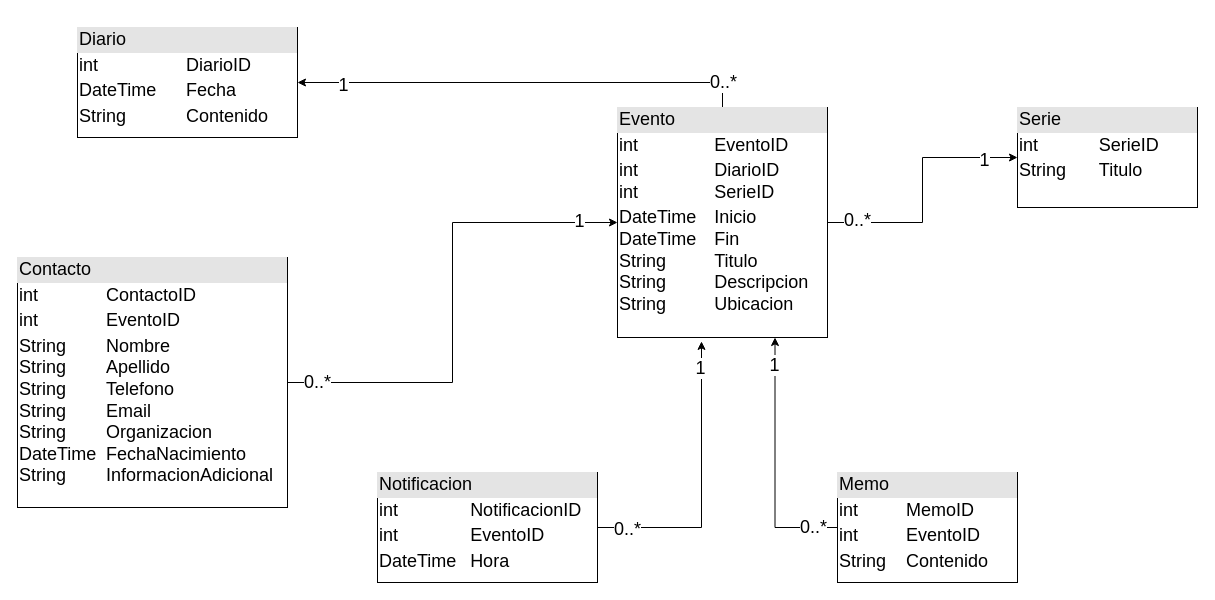
Above: BD_Hiriart-Corales_v1.drawio in LuisCorales/personalschedule-mvc-dotnet (draw.io), before the change. Source tidied: cells renumbered, new cells numbered last; positions are measured from the earlier drawing's top-left corner, leaving out a move shared by most shapes. Both pictures are drawn from the tidied source at 100%, with x=0, y=0 at pixel (17, 27).
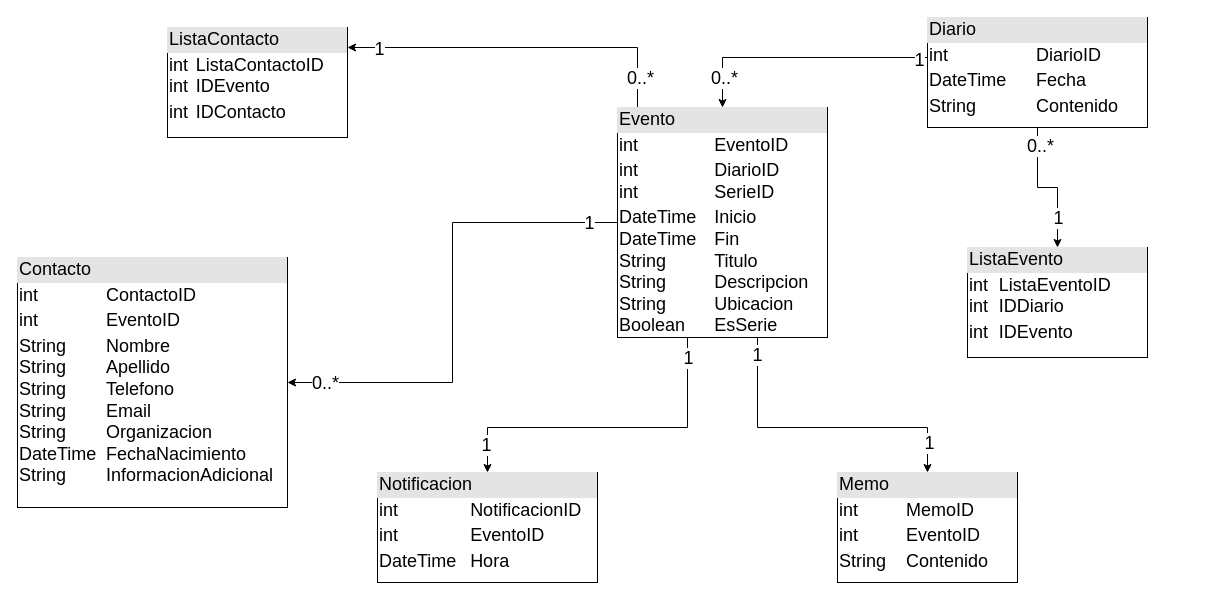
Above is the later version.

The change refers to these unchanged cells:
```xml
<mxCell id="5" value="&lt;div style=&quot;box-sizing: border-box ; width: 100% ; background: #e4e4e4 ; padding: 2px&quot;&gt;Contacto&lt;/div&gt;&lt;table style=&quot;width: 100% ; font-size: 1em&quot; cellpadding=&quot;2&quot; cellspacing=&quot;0&quot;&gt;&lt;tbody&gt;&lt;tr&gt;&lt;td&gt;int&lt;/td&gt;&lt;td&gt;ContactoID&lt;/td&gt;&lt;/tr&gt;&lt;tr&gt;&lt;td&gt;int&lt;/td&gt;&lt;td&gt;EventoID&lt;/td&gt;&lt;/tr&gt;&lt;tr&gt;&lt;td&gt;String&lt;br&gt;String&lt;br&gt;String&lt;br&gt;String&lt;br&gt;String&lt;br&gt;DateTime&lt;br&gt;String&lt;/td&gt;&lt;td&gt;Nombre&lt;br&gt;Apellido&lt;br&gt;Telefono&lt;br&gt;Email&lt;br&gt;Organizacion&lt;br&gt;FechaNacimiento&lt;br&gt;InformacionAdicional&lt;/td&gt;&lt;/tr&gt;&lt;/tbody&gt;&lt;/table&gt;" style="verticalAlign=top;align=left;overflow=fill;html=1;fontSize=18;" parent="1" vertex="1">
  <mxGeometry y="230" width="270" height="250" as="geometry" />
</mxCell>
<mxCell id="9" value="&lt;div style=&quot;box-sizing: border-box ; width: 100% ; background: #e4e4e4 ; padding: 2px&quot;&gt;Memo&lt;/div&gt;&lt;table style=&quot;width: 100% ; font-size: 1em&quot; cellpadding=&quot;2&quot; cellspacing=&quot;0&quot;&gt;&lt;tbody&gt;&lt;tr&gt;&lt;td&gt;int&lt;/td&gt;&lt;td&gt;MemoID&lt;/td&gt;&lt;/tr&gt;&lt;tr&gt;&lt;td&gt;int&lt;/td&gt;&lt;td&gt;EventoID&lt;/td&gt;&lt;/tr&gt;&lt;tr&gt;&lt;td&gt;String&lt;/td&gt;&lt;td&gt;Contenido&lt;/td&gt;&lt;/tr&gt;&lt;/tbody&gt;&lt;/table&gt;" style="verticalAlign=top;align=left;overflow=fill;html=1;fontSize=18;" parent="1" vertex="1">
  <mxGeometry x="820" y="445" width="180" height="110" as="geometry" />
</mxCell>
<mxCell id="13" value="&lt;div style=&quot;box-sizing: border-box ; width: 100% ; background: #e4e4e4 ; padding: 2px&quot;&gt;Notificacion&lt;/div&gt;&lt;table style=&quot;width: 100% ; font-size: 1em&quot; cellpadding=&quot;2&quot; cellspacing=&quot;0&quot;&gt;&lt;tbody&gt;&lt;tr&gt;&lt;td&gt;int&lt;/td&gt;&lt;td&gt;NotificacionID&lt;/td&gt;&lt;/tr&gt;&lt;tr&gt;&lt;td&gt;int&lt;/td&gt;&lt;td&gt;EventoID&lt;/td&gt;&lt;/tr&gt;&lt;tr&gt;&lt;td&gt;DateTime&lt;/td&gt;&lt;td&gt;Hora&lt;/td&gt;&lt;/tr&gt;&lt;/tbody&gt;&lt;/table&gt;" style="verticalAlign=top;align=left;overflow=fill;html=1;fontSize=18;" parent="1" vertex="1">
  <mxGeometry x="360" y="445" width="220" height="110" as="geometry" />
</mxCell>
```

Diff of the diagram source:
```diff
@@
-    <mxCell id="2" style="edgeStyle=orthogonalEdgeStyle;rounded=0;jettySize=auto;html=1;entryX=0;entryY=0.5;entryDx=0;entryDy=0;fontSize=18;" parent="1" edge="1" source="5" target="20">
-      <mxGeometry relative="1" as="geometry" />
-    </mxCell>
-    <mxCell id="3" value="0..*" style="edgeLabel;html=1;align=center;verticalAlign=middle;fontSize=18;" parent="2" vertex="1">
-      <mxGeometry x="-0.88" y="1" relative="1" as="geometry" />
-    </mxCell>
-    <mxCell id="4" value="1" style="edgeLabel;html=1;align=center;verticalAlign=middle;fontSize=18;" parent="2" vertex="1">
-      <mxGeometry x="0.84" y="2" relative="1" as="geometry" />
-    </mxCell>
@@
-    <mxCell id="6" style="edgeStyle=orthogonalEdgeStyle;rounded=0;jettySize=auto;html=1;entryX=0.75;entryY=1;entryDx=0;entryDy=0;fontSize=18;" parent="1" edge="1" source="9" target="20">
-      <mxGeometry relative="1" as="geometry" />
-    </mxCell>
-    <mxCell id="7" value="0..*" style="edgeLabel;html=1;align=center;verticalAlign=middle;fontSize=18;" parent="6" vertex="1">
-      <mxGeometry x="-0.8" y="-1" relative="1" as="geometry" />
-    </mxCell>
-    <mxCell id="8" value="1" style="edgeLabel;html=1;align=center;verticalAlign=middle;fontSize=18;" parent="6" vertex="1">
-      <mxGeometry x="0.78" y="1" relative="1" as="geometry" />
-    </mxCell>
@@
-    <mxCell id="10" style="edgeStyle=orthogonalEdgeStyle;rounded=0;jettySize=auto;html=1;entryX=0.4;entryY=1.017;entryDx=0;entryDy=0;entryPerimeter=0;fontSize=18;" parent="1" edge="1" source="13" target="20">
-      <mxGeometry relative="1" as="geometry" />
-    </mxCell>
-    <mxCell id="11" value="0..*" style="edgeLabel;html=1;align=center;verticalAlign=middle;fontSize=18;" parent="10" vertex="1">
-      <mxGeometry x="-0.8" y="-1" relative="1" as="geometry" />
-    </mxCell>
-    <mxCell id="12" value="1" style="edgeLabel;html=1;align=center;verticalAlign=middle;fontSize=18;" parent="10" vertex="1">
-      <mxGeometry x="0.82" y="2" relative="1" as="geometry" />
-    </mxCell>
@@
-    <mxCell id="14" style="edgeStyle=orthogonalEdgeStyle;rounded=0;jettySize=auto;html=1;entryX=1;entryY=0.5;entryDx=0;entryDy=0;fontSize=18;" parent="1" edge="1" source="20" target="21">
-      <mxGeometry relative="1" as="geometry">
-        <Array as="points">
-          <mxPoint x="705" y="55" />
-        </Array>
-      </mxGeometry>
-    </mxCell>
-    <mxCell id="15" value="0..*" style="edgeLabel;html=1;align=center;verticalAlign=middle;fontSize=18;" parent="14" vertex="1">
-      <mxGeometry x="-0.89" y="-1" relative="1" as="geometry" />
-    </mxCell>
-    <mxCell id="16" value="1" style="edgeLabel;html=1;align=center;verticalAlign=middle;fontSize=18;" parent="14" vertex="1">
-      <mxGeometry x="0.8" y="2" relative="1" as="geometry" />
-    </mxCell>
-    <mxCell id="17" style="edgeStyle=orthogonalEdgeStyle;rounded=0;jettySize=auto;html=1;entryX=0;entryY=0.5;entryDx=0;entryDy=0;fontSize=18;" parent="1" edge="1" source="20" target="22">
-      <mxGeometry relative="1" as="geometry" />
-    </mxCell>
-    <mxCell id="18" value="0..*" style="edgeLabel;html=1;align=center;verticalAlign=middle;fontSize=18;" parent="17" vertex="1">
-      <mxGeometry x="-0.77" y="3" relative="1" as="geometry" />
-    </mxCell>
-    <mxCell id="19" value="1" style="edgeLabel;html=1;align=center;verticalAlign=middle;fontSize=18;" parent="17" vertex="1">
-      <mxGeometry x="0.73" y="-2" relative="1" as="geometry" />
-    </mxCell>
+    <mxCell id="23" style="edgeStyle=orthogonalEdgeStyle;rounded=0;jettySize=auto;html=1;entryX=1;entryY=0.5;entryDx=0;entryDy=0;" parent="1" edge="1" source="20" target="5">
+      <mxGeometry relative="1" as="geometry" />
+    </mxCell>
+    <mxCell id="24" value="1" style="edgeLabel;html=1;align=center;verticalAlign=middle;fontSize=18;" parent="23" vertex="1">
+      <mxGeometry x="-0.88" relative="1" as="geometry" />
+    </mxCell>
+    <mxCell id="25" value="0..*" style="edgeLabel;html=1;align=center;verticalAlign=middle;fontSize=18;" parent="23" vertex="1">
+      <mxGeometry x="0.85" relative="1" as="geometry" />
+    </mxCell>
+    <mxCell id="26" style="edgeStyle=orthogonalEdgeStyle;rounded=0;jettySize=auto;html=1;" parent="1" edge="1" source="20" target="13">
+      <mxGeometry relative="1" as="geometry">
+        <Array as="points">
+          <mxPoint x="670" y="400" />
+          <mxPoint x="470" y="400" />
+        </Array>
+      </mxGeometry>
+    </mxCell>
+    <mxCell id="27" value="1" style="edgeLabel;html=1;align=center;verticalAlign=middle;fontSize=18;" parent="26" vertex="1">
+      <mxGeometry x="-0.94" relative="1" as="geometry">
+        <mxPoint y="10" as="offset" />
+      </mxGeometry>
+    </mxCell>
+    <mxCell id="28" value="1" style="edgeLabel;html=1;align=center;verticalAlign=middle;fontSize=18;" parent="26" vertex="1">
+      <mxGeometry x="0.83" y="-2" relative="1" as="geometry" />
+    </mxCell>
+    <mxCell id="29" style="edgeStyle=orthogonalEdgeStyle;rounded=0;jettySize=auto;html=1;entryX=0.5;entryY=0;entryDx=0;entryDy=0;" parent="1" edge="1" source="20" target="9">
+      <mxGeometry relative="1" as="geometry">
+        <Array as="points">
+          <mxPoint x="740" y="400" />
+          <mxPoint x="910" y="400" />
+        </Array>
+      </mxGeometry>
+    </mxCell>
+    <mxCell id="30" value="1" style="edgeLabel;html=1;align=center;verticalAlign=middle;fontSize=18;" parent="29" vertex="1">
+      <mxGeometry x="-0.89" y="-1" relative="1" as="geometry" />
+    </mxCell>
+    <mxCell id="31" value="1" style="edgeLabel;html=1;align=center;verticalAlign=middle;fontSize=18;" parent="29" vertex="1">
+      <mxGeometry x="0.8" y="1" relative="1" as="geometry" />
+    </mxCell>
+    <mxCell id="32" style="edgeStyle=orthogonalEdgeStyle;rounded=0;jettySize=auto;html=1;fontSize=18;" parent="1" edge="1" source="20" target="42">
+      <mxGeometry relative="1" as="geometry">
+        <Array as="points">
+          <mxPoint x="620" y="20" />
+        </Array>
+      </mxGeometry>
+    </mxCell>
+    <mxCell id="33" value="1" style="edgeLabel;html=1;align=center;verticalAlign=middle;fontSize=18;" parent="32" vertex="1">
+      <mxGeometry x="0.82" y="1" relative="1" as="geometry" />
+    </mxCell>
+    <mxCell id="34" value="0..*" style="edgeLabel;html=1;align=center;verticalAlign=middle;fontSize=18;" parent="32" vertex="1">
+      <mxGeometry x="-0.91" y="-2" relative="1" as="geometry">
+        <mxPoint y="-14" as="offset" />
+      </mxGeometry>
+    </mxCell>
-    <mxCell id="20" value="&lt;div style=&quot;box-sizing: border-box ; width: 100% ; background: #e4e4e4 ; padding: 2px&quot;&gt;Evento&lt;/div&gt;&lt;table style=&quot;width: 100% ; font-size: 1em&quot; cellpadding=&quot;2&quot; cellspacing=&quot;0&quot;&gt;&lt;tbody&gt;&lt;tr&gt;&lt;td&gt;int&lt;/td&gt;&lt;td&gt;EventoID&lt;/td&gt;&lt;/tr&gt;&lt;tr&gt;&lt;td&gt;int&lt;br&gt;int&lt;/td&gt;&lt;td&gt;DiarioID&lt;br&gt;SerieID&lt;/td&gt;&lt;/tr&gt;&lt;tr&gt;&lt;td&gt;DateTime&lt;br&gt;DateTime&lt;br&gt;String&lt;br&gt;String&lt;br&gt;String&lt;br&gt;&lt;br&gt;&lt;/td&gt;&lt;td&gt;Inicio&lt;br&gt;Fin&lt;br&gt;Titulo&lt;br&gt;Descripcion&lt;br&gt;Ubicacion&lt;br&gt;&lt;br&gt;&lt;/td&gt;&lt;/tr&gt;&lt;/tbody&gt;&lt;/table&gt;" style="verticalAlign=top;align=left;overflow=fill;html=1;fontSize=18;" parent="1" vertex="1">
+    <mxCell id="20" value="&lt;div style=&quot;box-sizing: border-box ; width: 100% ; background: #e4e4e4 ; padding: 2px&quot;&gt;Evento&lt;/div&gt;&lt;table style=&quot;width: 100% ; font-size: 1em&quot; cellpadding=&quot;2&quot; cellspacing=&quot;0&quot;&gt;&lt;tbody&gt;&lt;tr&gt;&lt;td&gt;int&lt;/td&gt;&lt;td&gt;EventoID&lt;/td&gt;&lt;/tr&gt;&lt;tr&gt;&lt;td&gt;int&lt;br&gt;int&lt;/td&gt;&lt;td&gt;DiarioID&lt;br&gt;SerieID&lt;/td&gt;&lt;/tr&gt;&lt;tr&gt;&lt;td&gt;DateTime&lt;br&gt;DateTime&lt;br&gt;String&lt;br&gt;String&lt;br&gt;String&lt;br&gt;Boolean&lt;br&gt;&lt;br&gt;&lt;/td&gt;&lt;td&gt;Inicio&lt;br&gt;Fin&lt;br&gt;Titulo&lt;br&gt;Descripcion&lt;br&gt;Ubicacion&lt;br&gt;EsSerie&lt;br&gt;&lt;br&gt;&lt;/td&gt;&lt;/tr&gt;&lt;/tbody&gt;&lt;/table&gt;" style="verticalAlign=top;align=left;overflow=fill;html=1;fontSize=18;" parent="1" vertex="1">
       <mxGeometry x="600" y="80" width="210" height="230" as="geometry" />
     </mxCell>
+    <mxCell id="35" style="edgeStyle=orthogonalEdgeStyle;rounded=0;jettySize=auto;html=1;entryX=0.5;entryY=0;entryDx=0;entryDy=0;" parent="1" edge="1" source="21" target="20">
+      <mxGeometry relative="1" as="geometry">
+        <Array as="points">
+          <mxPoint x="705" y="30" />
+        </Array>
+      </mxGeometry>
+    </mxCell>
+    <mxCell id="36" value="&lt;font style=&quot;font-size: 18px;&quot;&gt;1&lt;/font&gt;" style="edgeLabel;html=1;align=center;verticalAlign=middle;fontSize=18;" parent="35" vertex="1">
+      <mxGeometry x="-0.93" y="2" relative="1" as="geometry" />
+    </mxCell>
+    <mxCell id="37" value="0..*" style="edgeLabel;html=1;align=center;verticalAlign=middle;fontSize=18;" parent="35" vertex="1">
+      <mxGeometry x="0.87" y="1" relative="1" as="geometry">
+        <mxPoint y="-13" as="offset" />
+      </mxGeometry>
+    </mxCell>
+    <mxCell id="38" style="edgeStyle=orthogonalEdgeStyle;rounded=0;jettySize=auto;html=1;entryX=0.5;entryY=0;entryDx=0;entryDy=0;fontSize=18;" parent="1" edge="1" source="21" target="41">
+      <mxGeometry relative="1" as="geometry" />
+    </mxCell>
+    <mxCell id="39" value="0..*" style="edgeLabel;html=1;align=center;verticalAlign=middle;fontSize=18;" parent="38" vertex="1">
+      <mxGeometry x="-0.75" y="2" relative="1" as="geometry" />
+    </mxCell>
+    <mxCell id="40" value="1" style="edgeLabel;html=1;align=center;verticalAlign=middle;fontSize=18;" parent="38" vertex="1">
+      <mxGeometry x="0.44" relative="1" as="geometry">
+        <mxPoint y="9" as="offset" />
+      </mxGeometry>
+    </mxCell>
     <mxCell id="21" value="&lt;div style=&quot;box-sizing: border-box ; width: 100% ; background: #e4e4e4 ; padding: 2px&quot;&gt;Diario&lt;/div&gt;&lt;table style=&quot;width: 100% ; font-size: 1em&quot; cellpadding=&quot;2&quot; cellspacing=&quot;0&quot;&gt;&lt;tbody&gt;&lt;tr&gt;&lt;td&gt;int&lt;/td&gt;&lt;td&gt;DiarioID&lt;/td&gt;&lt;/tr&gt;&lt;tr&gt;&lt;td&gt;DateTime&lt;/td&gt;&lt;td&gt;Fecha&lt;/td&gt;&lt;/tr&gt;&lt;tr&gt;&lt;td&gt;String&lt;/td&gt;&lt;td&gt;Contenido&lt;/td&gt;&lt;/tr&gt;&lt;/tbody&gt;&lt;/table&gt;" style="verticalAlign=top;align=left;overflow=fill;html=1;fontSize=18;" parent="1" vertex="1">
-      <mxGeometry x="60" width="220" height="110" as="geometry" />
+      <mxGeometry x="910" y="-10" width="220" height="110" as="geometry" />
     </mxCell>
-    <mxCell id="22" value="&lt;div style=&quot;box-sizing: border-box ; width: 100% ; background: #e4e4e4 ; padding: 2px&quot;&gt;Serie&lt;/div&gt;&lt;table style=&quot;width: 100% ; font-size: 1em&quot; cellpadding=&quot;2&quot; cellspacing=&quot;0&quot;&gt;&lt;tbody&gt;&lt;tr&gt;&lt;td&gt;int&lt;/td&gt;&lt;td&gt;SerieID&lt;/td&gt;&lt;/tr&gt;&lt;tr&gt;&lt;td&gt;String&lt;/td&gt;&lt;td&gt;Titulo&lt;/td&gt;&lt;/tr&gt;&lt;tr&gt;&lt;td&gt;&lt;/td&gt;&lt;td&gt;&lt;br&gt;&lt;/td&gt;&lt;/tr&gt;&lt;/tbody&gt;&lt;/table&gt;" style="verticalAlign=top;align=left;overflow=fill;html=1;fontSize=18;" parent="1" vertex="1">
-      <mxGeometry x="1000" y="80" width="180" height="100" as="geometry" />
-    </mxCell>
+    <mxCell id="41" value="&lt;div style=&quot;box-sizing: border-box ; width: 100% ; background: #e4e4e4 ; padding: 2px&quot;&gt;ListaEvento&lt;/div&gt;&lt;table style=&quot;width: 100% ; font-size: 1em&quot; cellpadding=&quot;2&quot; cellspacing=&quot;0&quot;&gt;&lt;tbody&gt;&lt;tr&gt;&lt;td&gt;int&lt;br&gt;int&lt;/td&gt;&lt;td&gt;ListaEventoID&lt;br&gt;IDDiario&lt;/td&gt;&lt;/tr&gt;&lt;tr&gt;&lt;td&gt;int&lt;/td&gt;&lt;td&gt;IDEvento&lt;/td&gt;&lt;/tr&gt;&lt;tr&gt;&lt;td&gt;&lt;/td&gt;&lt;td&gt;&lt;br&gt;&lt;/td&gt;&lt;/tr&gt;&lt;/tbody&gt;&lt;/table&gt;" style="verticalAlign=top;align=left;overflow=fill;html=1;fontSize=18;" parent="1" vertex="1">
+      <mxGeometry x="950" y="220" width="180" height="110" as="geometry" />
+    </mxCell>
+    <mxCell id="42" value="&lt;div style=&quot;box-sizing: border-box ; width: 100% ; background: #e4e4e4 ; padding: 2px&quot;&gt;ListaContacto&lt;/div&gt;&lt;table style=&quot;width: 100% ; font-size: 1em&quot; cellpadding=&quot;2&quot; cellspacing=&quot;0&quot;&gt;&lt;tbody&gt;&lt;tr&gt;&lt;td&gt;int&lt;br&gt;int&lt;/td&gt;&lt;td&gt;ListaContactoID&lt;br&gt;IDEvento&lt;/td&gt;&lt;/tr&gt;&lt;tr&gt;&lt;td&gt;int&lt;/td&gt;&lt;td&gt;IDContacto&lt;/td&gt;&lt;/tr&gt;&lt;tr&gt;&lt;td&gt;&lt;/td&gt;&lt;td&gt;&lt;br&gt;&lt;/td&gt;&lt;/tr&gt;&lt;/tbody&gt;&lt;/table&gt;" style="verticalAlign=top;align=left;overflow=fill;html=1;fontSize=18;" parent="1" vertex="1">
+      <mxGeometry x="150" width="180" height="110" as="geometry" />
+    </mxCell>
```
